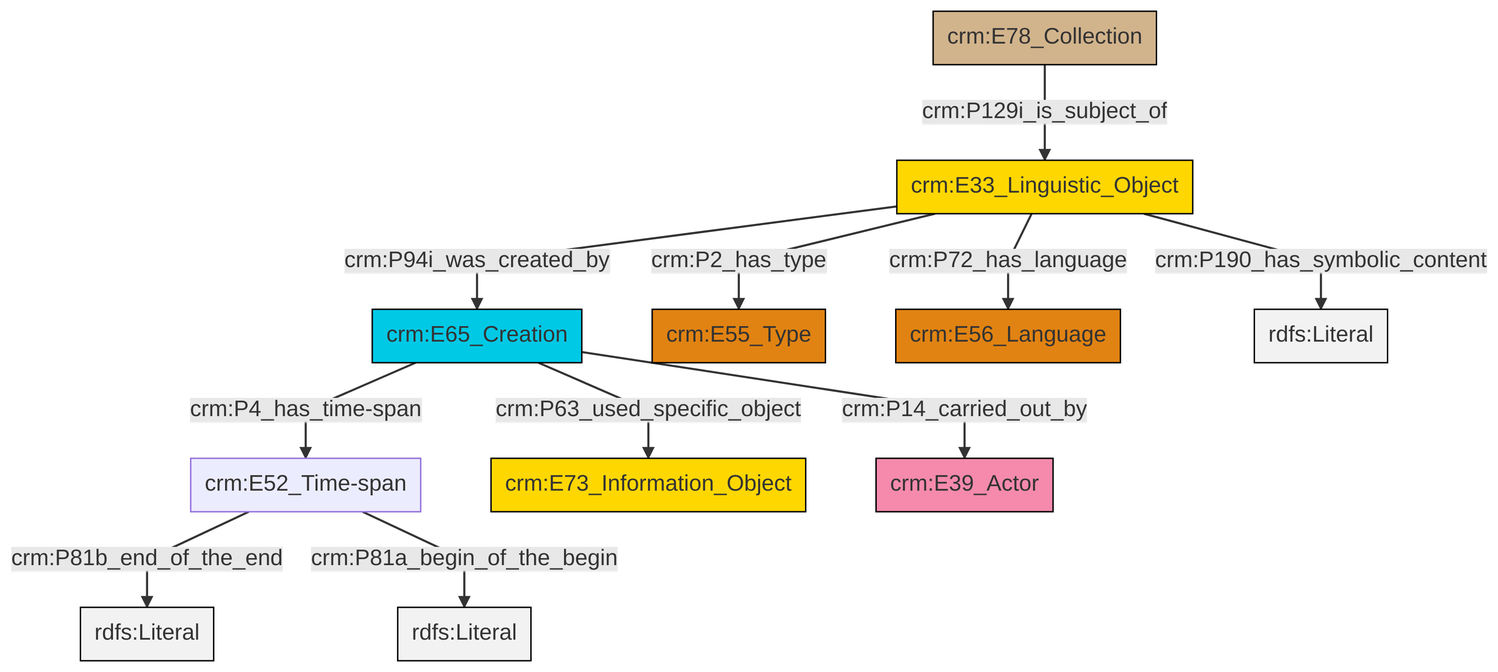
swiss-art-research-net/docs.swissartresearch keeps this Mermaid diagram as et/archivalCSV/ttl/mmd/png/archival_desc.png. Above is the earlier version. Its source is kept beside it as et/archivalCSV/ttl/mmd/archival_desc.ttl.mmd.
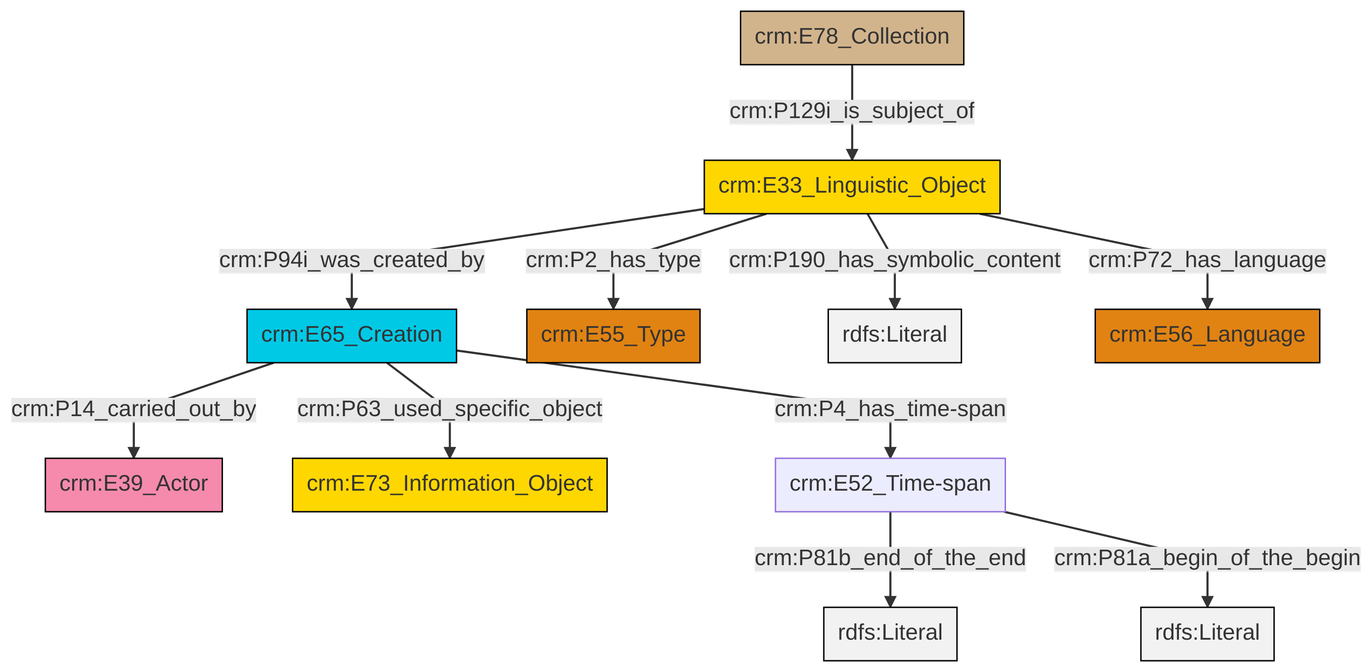
Later version of the same file.

Change to the diagram source:
```diff
@@ -13,13 +13,13 @@
 classDef PC_Classes fill:#4ce600, stroke:#000000;
 classDef Multi fill:#cccccc,stroke:#000000;
 
-0["crm:E65_Creation"]:::Temporal_Entity -->|crm:P4_has_time-span| 1["crm:E52_Time-span"]:::Default
-8["crm:E33_Linguistic_Object"]:::Conceptual_Object -->|crm:P2_has_type| 2["crm:E55_Type"]:::Type
-6["crm:E78_Collection"]:::Physical_Thing -->|crm:P129i_is_subject_of| 8["crm:E33_Linguistic_Object"]:::Conceptual_Object
-1["crm:E52_Time-span"]:::Default -->|crm:P81b_end_of_the_end| 14[rdfs:Literal]:::Literal
-8["crm:E33_Linguistic_Object"]:::Conceptual_Object -->|crm:P94i_was_created_by| 0["crm:E65_Creation"]:::Temporal_Entity
-0["crm:E65_Creation"]:::Temporal_Entity -->|crm:P14_carried_out_by| 12["crm:E39_Actor"]:::Actor
-0["crm:E65_Creation"]:::Temporal_Entity -->|crm:P63_used_specific_object| 4["crm:E73_Information_Object"]:::Conceptual_Object
-8["crm:E33_Linguistic_Object"]:::Conceptual_Object -->|crm:P72_has_language| 10["crm:E56_Language"]:::Type
-1["crm:E52_Time-span"]:::Default -->|crm:P81a_begin_of_the_begin| 16[rdfs:Literal]:::Literal
-8["crm:E33_Linguistic_Object"]:::Conceptual_Object -->|crm:P190_has_symbolic_content| 17[rdfs:Literal]:::Literal
+2["crm:E65_Creation"]:::Temporal_Entity -->|crm:P14_carried_out_by| 3["crm:E39_Actor"]:::Actor
+8["crm:E52_Time-span"]:::Default -->|crm:P81b_end_of_the_end| 9[rdfs:Literal]:::Literal
+0["crm:E33_Linguistic_Object"]:::Conceptual_Object -->|crm:P190_has_symbolic_content| 10[rdfs:Literal]:::Literal
+8["crm:E52_Time-span"]:::Default -->|crm:P81a_begin_of_the_begin| 11[rdfs:Literal]:::Literal
+14["crm:E78_Collection"]:::Physical_Thing -->|crm:P129i_is_subject_of| 0["crm:E33_Linguistic_Object"]:::Conceptual_Object
+0["crm:E33_Linguistic_Object"]:::Conceptual_Object -->|crm:P2_has_type| 4["crm:E55_Type"]:::Type
+0["crm:E33_Linguistic_Object"]:::Conceptual_Object -->|crm:P94i_was_created_by| 2["crm:E65_Creation"]:::Temporal_Entity
+0["crm:E33_Linguistic_Object"]:::Conceptual_Object -->|crm:P72_has_language| 16["crm:E56_Language"]:::Type
+2["crm:E65_Creation"]:::Temporal_Entity -->|crm:P63_used_specific_object| 6["crm:E73_Information_Object"]:::Conceptual_Object
+2["crm:E65_Creation"]:::Temporal_Entity -->|crm:P4_has_time-span| 8["crm:E52_Time-span"]:::Default
```
